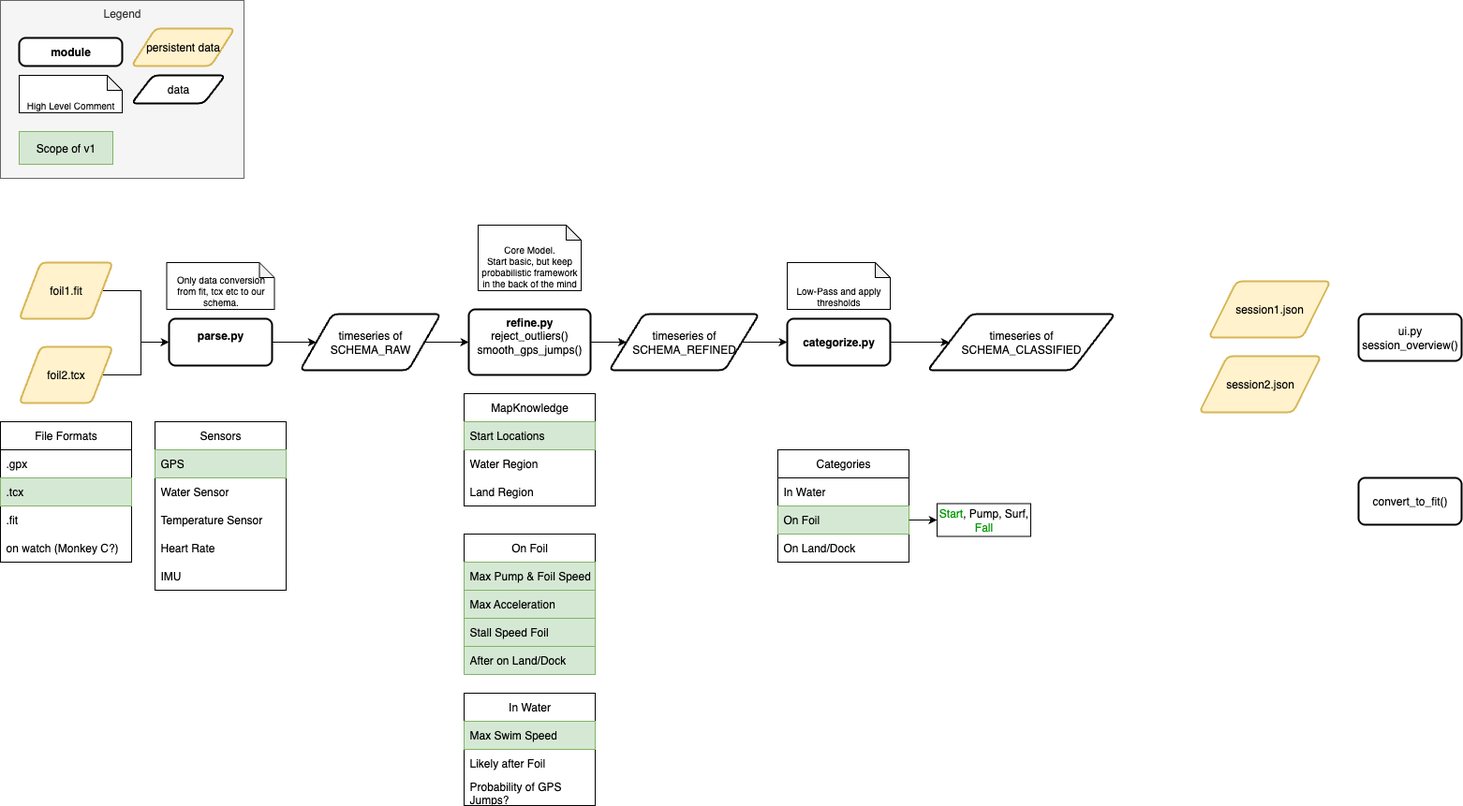
Earlier version of the draw.io export docs/overview.drawio.png (fabitosh/pumpfoilysis). Source tidied: cells renumbered, new cells last; positions are measured from the earlier drawing's top-left corner, leaving out a move shared by most shapes. The source it was exported from:
```xml
<mxGraphModel>
  <root>
    <mxCell id="0" />
    <mxCell id="1" parent="0" />
    <mxCell id="2" style="edgeStyle=orthogonalEdgeStyle;rounded=0;jettySize=auto;html=1;entryX=0;entryY=0.5;entryDx=0;entryDy=0;" parent="1" edge="1" source="3" target="7">
      <mxGeometry relative="1" as="geometry" />
    </mxCell>
    <mxCell id="3" value="foil1.fit" style="shape=parallelogram;html=1;strokeWidth=2;perimeter=parallelogramPerimeter;whiteSpace=wrap;rounded=1;arcSize=12;size=0.23;fillColor=#fff2cc;strokeColor=#d6b656;" parent="1" vertex="1">
      <mxGeometry x="20" y="280" width="100" height="60" as="geometry" />
    </mxCell>
    <mxCell id="4" style="edgeStyle=orthogonalEdgeStyle;rounded=0;jettySize=auto;html=1;" parent="1" edge="1" source="5" target="7">
      <mxGeometry relative="1" as="geometry" />
    </mxCell>
    <mxCell id="5" value="foil2.tcx" style="shape=parallelogram;html=1;strokeWidth=2;perimeter=parallelogramPerimeter;whiteSpace=wrap;rounded=1;arcSize=12;size=0.23;fillColor=#fff2cc;strokeColor=#d6b656;" parent="1" vertex="1">
      <mxGeometry x="20" y="370" width="100" height="60" as="geometry" />
    </mxCell>
    <mxCell id="6" style="edgeStyle=orthogonalEdgeStyle;rounded=0;jettySize=auto;html=1;entryX=0;entryY=0.5;entryDx=0;entryDy=0;" parent="1" edge="1" source="7" target="9">
      <mxGeometry relative="1" as="geometry" />
    </mxCell>
    <mxCell id="7" value="&lt;b&gt;parse.py&lt;/b&gt;&lt;div&gt;&lt;br&gt;&lt;/div&gt;" style="rounded=1;whiteSpace=wrap;html=1;absoluteArcSize=1;arcSize=14;strokeWidth=2;" parent="1" vertex="1">
      <mxGeometry x="180" y="340" width="110" height="50" as="geometry" />
    </mxCell>
    <mxCell id="8" style="edgeStyle=orthogonalEdgeStyle;rounded=0;jettySize=auto;html=1;" parent="1" edge="1" source="9" target="14">
      <mxGeometry relative="1" as="geometry" />
    </mxCell>
    <mxCell id="9" value="timeseries of&lt;br&gt;SCHEMA_RAW" style="shape=parallelogram;html=1;strokeWidth=2;perimeter=parallelogramPerimeter;whiteSpace=wrap;rounded=1;arcSize=12;size=0.23;" parent="1" vertex="1">
      <mxGeometry x="320" y="335" width="150" height="60" as="geometry" />
    </mxCell>
    <mxCell id="10" style="edgeStyle=orthogonalEdgeStyle;rounded=0;jettySize=auto;html=1;" parent="1" edge="1" source="11" target="57">
      <mxGeometry relative="1" as="geometry" />
    </mxCell>
    <mxCell id="11" value="&lt;b&gt;categorize.py&lt;/b&gt;" style="rounded=1;whiteSpace=wrap;html=1;absoluteArcSize=1;arcSize=14;strokeWidth=2;" parent="1" vertex="1">
      <mxGeometry x="840" y="340" width="110" height="50" as="geometry" />
    </mxCell>
    <mxCell id="12" value="Only data conversion from fit, tcx etc to our schema." style="shape=note;whiteSpace=wrap;html=1;backgroundOutline=1;darkOpacity=0.05;fontSize=10;size=16;verticalAlign=bottom;" parent="1" vertex="1">
      <mxGeometry x="177.5" y="280" width="115" height="50" as="geometry" />
    </mxCell>
    <mxCell id="13" style="edgeStyle=orthogonalEdgeStyle;rounded=0;jettySize=auto;html=1;entryX=0;entryY=0.5;entryDx=0;entryDy=0;" parent="1" edge="1" source="14" target="42">
      <mxGeometry relative="1" as="geometry" />
    </mxCell>
    <mxCell id="14" value="&lt;b&gt;refine.py&lt;/b&gt;&lt;div&gt;reject_outliers()&lt;/div&gt;&lt;div&gt;smooth_gps_jumps()&lt;/div&gt;&lt;div&gt;&lt;br&gt;&lt;/div&gt;" style="rounded=1;whiteSpace=wrap;html=1;absoluteArcSize=1;arcSize=14;strokeWidth=2;" parent="1" vertex="1">
      <mxGeometry x="500" y="330" width="130" height="70" as="geometry" />
    </mxCell>
    <mxCell id="15" value="MapKnowledge" style="swimlane;fontStyle=0;horizontal=1;startSize=30;whiteSpace=wrap;html=1;" parent="1" vertex="1">
      <mxGeometry x="495" y="420" width="140" height="120" as="geometry" />
    </mxCell>
    <mxCell id="16" value="Start Locations" style="text;strokeColor=#82b366;fillColor=#d5e8d4;align=left;verticalAlign=middle;spacingLeft=4;spacingRight=4;overflow=hidden;whiteSpace=wrap;html=1;" parent="15" vertex="1">
      <mxGeometry y="30" width="140" height="30" as="geometry" />
    </mxCell>
    <mxCell id="17" value="Water Region" style="text;strokeColor=none;fillColor=none;align=left;verticalAlign=middle;spacingLeft=4;spacingRight=4;overflow=hidden;whiteSpace=wrap;html=1;" parent="15" vertex="1">
      <mxGeometry y="60" width="140" height="30" as="geometry" />
    </mxCell>
    <mxCell id="18" value="Land Region" style="text;strokeColor=none;fillColor=none;align=left;verticalAlign=middle;spacingLeft=4;spacingRight=4;overflow=hidden;whiteSpace=wrap;html=1;" parent="15" vertex="1">
      <mxGeometry y="90" width="140" height="30" as="geometry" />
    </mxCell>
    <mxCell id="19" value="On Foil" style="swimlane;fontStyle=0;horizontal=1;startSize=30;whiteSpace=wrap;html=1;" parent="1" vertex="1">
      <mxGeometry x="495" y="570" width="140" height="150" as="geometry" />
    </mxCell>
    <mxCell id="20" value="Max Pump &amp;amp; Foil Speed" style="text;strokeColor=#82b366;fillColor=#d5e8d4;align=left;verticalAlign=middle;spacingLeft=4;spacingRight=4;overflow=hidden;whiteSpace=wrap;html=1;" parent="19" vertex="1">
      <mxGeometry y="30" width="140" height="30" as="geometry" />
    </mxCell>
    <mxCell id="21" value="Max Acceleration" style="text;strokeColor=#82b366;fillColor=#d5e8d4;align=left;verticalAlign=middle;spacingLeft=4;spacingRight=4;overflow=hidden;whiteSpace=wrap;html=1;" parent="19" vertex="1">
      <mxGeometry y="60" width="140" height="30" as="geometry" />
    </mxCell>
    <mxCell id="22" value="Stall Speed Foil" style="text;strokeColor=#82b366;fillColor=#d5e8d4;align=left;verticalAlign=middle;spacingLeft=4;spacingRight=4;overflow=hidden;whiteSpace=wrap;html=1;" parent="19" vertex="1">
      <mxGeometry y="90" width="140" height="30" as="geometry" />
    </mxCell>
    <mxCell id="23" value="After on Land/Dock" style="text;strokeColor=#82b366;fillColor=#d5e8d4;align=left;verticalAlign=middle;spacingLeft=4;spacingRight=4;overflow=hidden;whiteSpace=wrap;html=1;" parent="19" vertex="1">
      <mxGeometry y="120" width="140" height="30" as="geometry" />
    </mxCell>
    <mxCell id="24" value="In Water" style="swimlane;fontStyle=0;horizontal=1;startSize=30;whiteSpace=wrap;html=1;" parent="1" vertex="1">
      <mxGeometry x="495" y="740" width="140" height="120" as="geometry" />
    </mxCell>
    <mxCell id="25" value="Max Swim Speed" style="text;strokeColor=#82b366;fillColor=#d5e8d4;align=left;verticalAlign=middle;spacingLeft=4;spacingRight=4;overflow=hidden;whiteSpace=wrap;html=1;" parent="24" vertex="1">
      <mxGeometry y="30" width="140" height="30" as="geometry" />
    </mxCell>
    <mxCell id="26" value="Likely after Foil" style="text;align=left;verticalAlign=middle;spacingLeft=4;spacingRight=4;overflow=hidden;whiteSpace=wrap;html=1;" parent="24" vertex="1">
      <mxGeometry y="60" width="140" height="30" as="geometry" />
    </mxCell>
    <mxCell id="27" value="Probability of GPS Jumps?" style="text;align=left;verticalAlign=middle;spacingLeft=4;spacingRight=4;overflow=hidden;whiteSpace=wrap;html=1;" parent="24" vertex="1">
      <mxGeometry y="90" width="140" height="30" as="geometry" />
    </mxCell>
    <mxCell id="28" value="Categories" style="swimlane;fontStyle=0;horizontal=1;startSize=30;whiteSpace=wrap;html=1;" parent="1" vertex="1">
      <mxGeometry x="830" y="480" width="140" height="120" as="geometry" />
    </mxCell>
    <mxCell id="29" value="In Water" style="text;strokeColor=none;fillColor=none;align=left;verticalAlign=middle;spacingLeft=4;spacingRight=4;overflow=hidden;whiteSpace=wrap;html=1;" parent="28" vertex="1">
      <mxGeometry y="30" width="140" height="30" as="geometry" />
    </mxCell>
    <mxCell id="30" value="On Foil" style="text;strokeColor=#82b366;fillColor=#d5e8d4;align=left;verticalAlign=middle;spacingLeft=4;spacingRight=4;overflow=hidden;points=[[0,0.5],[1,0.5]];portConstraint=eastwest;whiteSpace=wrap;html=1;" parent="28" vertex="1">
      <mxGeometry y="60" width="140" height="30" as="geometry" />
    </mxCell>
    <mxCell id="31" value="On Land/Dock" style="text;strokeColor=none;fillColor=none;align=left;verticalAlign=middle;spacingLeft=4;spacingRight=4;overflow=hidden;whiteSpace=wrap;html=1;" parent="28" vertex="1">
      <mxGeometry y="90" width="140" height="30" as="geometry" />
    </mxCell>
    <mxCell id="32" value="Sensors" style="swimlane;fontStyle=0;horizontal=1;startSize=30;whiteSpace=wrap;html=1;" parent="1" vertex="1">
      <mxGeometry x="165" y="450" width="140" height="180" as="geometry" />
    </mxCell>
    <mxCell id="33" value="GPS" style="text;strokeColor=#82b366;fillColor=#d5e8d4;align=left;verticalAlign=middle;spacingLeft=4;spacingRight=4;overflow=hidden;whiteSpace=wrap;html=1;" parent="32" vertex="1">
      <mxGeometry y="30" width="140" height="30" as="geometry" />
    </mxCell>
    <mxCell id="34" value="Water Sensor" style="text;strokeColor=none;fillColor=none;align=left;verticalAlign=middle;spacingLeft=4;spacingRight=4;overflow=hidden;whiteSpace=wrap;html=1;" parent="32" vertex="1">
      <mxGeometry y="60" width="140" height="30" as="geometry" />
    </mxCell>
    <mxCell id="35" value="Temperature Sensor" style="text;strokeColor=none;fillColor=none;align=left;verticalAlign=middle;spacingLeft=4;spacingRight=4;overflow=hidden;whiteSpace=wrap;html=1;" parent="32" vertex="1">
      <mxGeometry y="90" width="140" height="30" as="geometry" />
    </mxCell>
    <mxCell id="36" value="Heart Rate" style="text;strokeColor=none;fillColor=none;align=left;verticalAlign=middle;spacingLeft=4;spacingRight=4;overflow=hidden;whiteSpace=wrap;html=1;" parent="32" vertex="1">
      <mxGeometry y="120" width="140" height="30" as="geometry" />
    </mxCell>
    <mxCell id="37" value="IMU" style="text;strokeColor=none;fillColor=none;align=left;verticalAlign=middle;spacingLeft=4;spacingRight=4;overflow=hidden;whiteSpace=wrap;html=1;" parent="32" vertex="1">
      <mxGeometry y="150" width="140" height="30" as="geometry" />
    </mxCell>
    <mxCell id="38" value="session1.json" style="shape=parallelogram;html=1;strokeWidth=2;perimeter=parallelogramPerimeter;whiteSpace=wrap;rounded=1;arcSize=12;size=0.23;fillColor=#fff2cc;strokeColor=#d6b656;" parent="1" vertex="1">
      <mxGeometry x="1290" y="300" width="130" height="60" as="geometry" />
    </mxCell>
    <mxCell id="39" value="session2.json" style="shape=parallelogram;html=1;strokeWidth=2;perimeter=parallelogramPerimeter;whiteSpace=wrap;rounded=1;arcSize=12;size=0.23;fillColor=#fff2cc;strokeColor=#d6b656;" parent="1" vertex="1">
      <mxGeometry x="1280" y="380" width="130" height="60" as="geometry" />
    </mxCell>
    <mxCell id="40" value="ui.py&lt;div&gt;session_overview()&lt;/div&gt;" style="rounded=1;whiteSpace=wrap;html=1;absoluteArcSize=1;arcSize=14;strokeWidth=2;" parent="1" vertex="1">
      <mxGeometry x="1450" y="335" width="110" height="50" as="geometry" />
    </mxCell>
    <mxCell id="41" style="edgeStyle=orthogonalEdgeStyle;rounded=0;jettySize=auto;html=1;entryX=0;entryY=0.5;entryDx=0;entryDy=0;" parent="1" edge="1" source="42" target="11">
      <mxGeometry relative="1" as="geometry" />
    </mxCell>
    <mxCell id="42" value="timeseries of&lt;br&gt;SCHEMA_REFINED" style="shape=parallelogram;html=1;strokeWidth=2;perimeter=parallelogramPerimeter;whiteSpace=wrap;rounded=1;arcSize=12;size=0.23;" parent="1" vertex="1">
      <mxGeometry x="650" y="335" width="160" height="60" as="geometry" />
    </mxCell>
    <mxCell id="43" value="&lt;font style=&quot;color: rgb(0, 153, 0);&quot;&gt;Start&lt;/font&gt;, Pump, Surf, &lt;font style=&quot;color: rgb(0, 153, 0);&quot;&gt;Fall&lt;/font&gt;" style="rounded=0;whiteSpace=wrap;html=1;" parent="1" vertex="1">
      <mxGeometry x="1000" y="537.5" width="100" height="35" as="geometry" />
    </mxCell>
    <mxCell id="44" value="convert_to_fit()" style="rounded=1;whiteSpace=wrap;html=1;absoluteArcSize=1;arcSize=14;strokeWidth=2;" parent="1" vertex="1">
      <mxGeometry x="1450" y="510" width="110" height="50" as="geometry" />
    </mxCell>
    <mxCell id="45" value="Core Model.&lt;div&gt;Start basic, but keep probabilistic framework in the back of the mind&lt;/div&gt;" style="shape=note;whiteSpace=wrap;html=1;backgroundOutline=1;darkOpacity=0.05;fontSize=10;size=16;verticalAlign=bottom;" parent="1" vertex="1">
      <mxGeometry x="510" y="240" width="110" height="70" as="geometry" />
    </mxCell>
    <mxCell id="46" value="Low-Pass and apply thresholds" style="shape=note;whiteSpace=wrap;html=1;backgroundOutline=1;darkOpacity=0.05;fontSize=10;size=16;verticalAlign=bottom;" parent="1" vertex="1">
      <mxGeometry x="840" y="280" width="110" height="50" as="geometry" />
    </mxCell>
    <mxCell id="47" style="edgeStyle=orthogonalEdgeStyle;rounded=0;jettySize=auto;html=1;entryX=0;entryY=0.5;entryDx=0;entryDy=0;" parent="1" edge="1" source="30" target="43">
      <mxGeometry relative="1" as="geometry" />
    </mxCell>
    <mxCell id="48" value="Legend" style="rounded=0;whiteSpace=wrap;html=1;verticalAlign=top;fillColor=#f5f5f5;fontColor=#333333;strokeColor=#666666;" parent="1" vertex="1">
      <mxGeometry width="260" height="190" as="geometry" />
    </mxCell>
    <mxCell id="49" value="Scope of v1" style="rounded=0;whiteSpace=wrap;html=1;fillColor=#d5e8d4;strokeColor=#82b366;" parent="1" vertex="1">
      <mxGeometry x="20" y="140" width="100" height="35" as="geometry" />
    </mxCell>
    <mxCell id="50" value="File Formats" style="swimlane;fontStyle=0;horizontal=1;startSize=30;whiteSpace=wrap;html=1;" parent="1" vertex="1">
      <mxGeometry y="450" width="140" height="150" as="geometry" />
    </mxCell>
    <mxCell id="51" value=".gpx" style="text;align=left;verticalAlign=middle;spacingLeft=4;spacingRight=4;overflow=hidden;whiteSpace=wrap;html=1;" parent="50" vertex="1">
      <mxGeometry y="30" width="140" height="30" as="geometry" />
    </mxCell>
    <mxCell id="52" value=".tcx" style="text;strokeColor=#82b366;fillColor=#d5e8d4;align=left;verticalAlign=middle;spacingLeft=4;spacingRight=4;overflow=hidden;whiteSpace=wrap;html=1;" parent="50" vertex="1">
      <mxGeometry y="60" width="140" height="30" as="geometry" />
    </mxCell>
    <mxCell id="53" value=".fit" style="text;strokeColor=none;fillColor=none;align=left;verticalAlign=middle;spacingLeft=4;spacingRight=4;overflow=hidden;whiteSpace=wrap;html=1;" parent="50" vertex="1">
      <mxGeometry y="90" width="140" height="30" as="geometry" />
    </mxCell>
    <mxCell id="54" value="on watch (Monkey C?)" style="text;strokeColor=none;fillColor=none;align=left;verticalAlign=middle;spacingLeft=4;spacingRight=4;overflow=hidden;whiteSpace=wrap;html=1;" parent="50" vertex="1">
      <mxGeometry y="120" width="140" height="30" as="geometry" />
    </mxCell>
    <mxCell id="55" value="persistent data" style="shape=parallelogram;html=1;strokeWidth=2;perimeter=parallelogramPerimeter;whiteSpace=wrap;rounded=1;arcSize=12;size=0.23;fillColor=#fff2cc;strokeColor=#d6b656;" parent="1" vertex="1">
      <mxGeometry x="140" y="30" width="110" height="40" as="geometry" />
    </mxCell>
    <mxCell id="56" value="data" style="shape=parallelogram;html=1;strokeWidth=2;perimeter=parallelogramPerimeter;whiteSpace=wrap;rounded=1;arcSize=12;size=0.23;" parent="1" vertex="1">
      <mxGeometry x="140" y="80" width="100" height="30" as="geometry" />
    </mxCell>
    <mxCell id="57" value="timeseries of&lt;br&gt;SCHEMA_CLASSIFIED" style="shape=parallelogram;html=1;strokeWidth=2;perimeter=parallelogramPerimeter;whiteSpace=wrap;rounded=1;arcSize=12;size=0.23;" parent="1" vertex="1">
      <mxGeometry x="990" y="335" width="200" height="60" as="geometry" />
    </mxCell>
    <mxCell id="58" value="High Level Comment" style="shape=note;whiteSpace=wrap;html=1;backgroundOutline=1;darkOpacity=0.05;fontSize=10;size=16;verticalAlign=bottom;" parent="1" vertex="1">
      <mxGeometry x="20" y="80" width="110" height="40" as="geometry" />
    </mxCell>
    <mxCell id="59" value="&lt;div&gt;&lt;b&gt;module&lt;/b&gt;&lt;/div&gt;" style="rounded=1;whiteSpace=wrap;html=1;absoluteArcSize=1;arcSize=14;strokeWidth=2;" parent="1" vertex="1">
      <mxGeometry x="20" y="40" width="110" height="30" as="geometry" />
    </mxCell>
  </root>
</mxGraphModel>
```
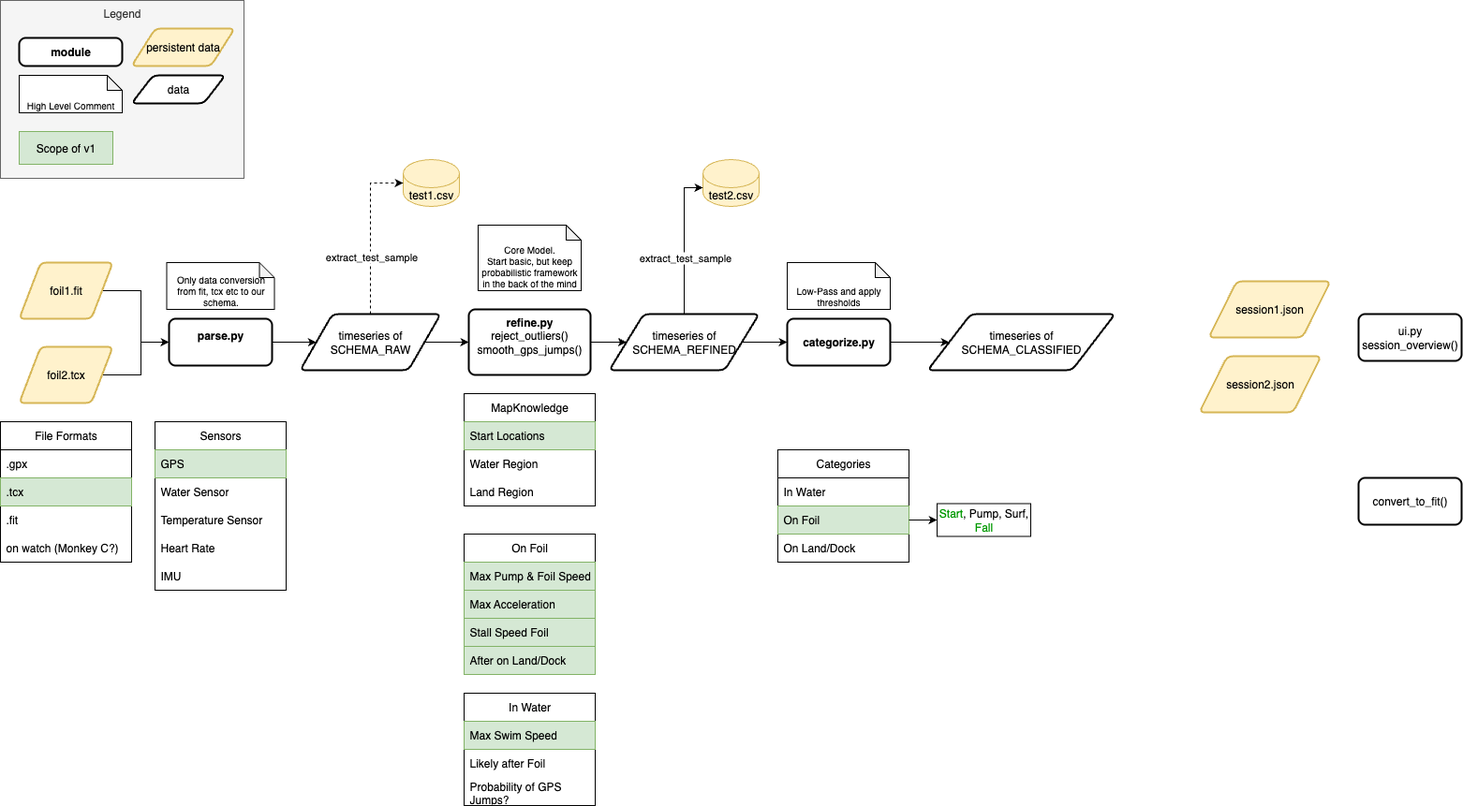
Later version of the same file.

Commit message:
docs(overview): helper test extraction

Diff of the diagram source:
```diff
@@ -176,5 +176,25 @@
     <mxCell id="59" value="&lt;div&gt;&lt;b&gt;module&lt;/b&gt;&lt;/div&gt;" style="rounded=1;whiteSpace=wrap;html=1;absoluteArcSize=1;arcSize=14;strokeWidth=2;" parent="1" vertex="1">
       <mxGeometry x="20" y="40" width="110" height="30" as="geometry" />
     </mxCell>
+    <mxCell id="60" value="test1.csv" style="shape=cylinder3;whiteSpace=wrap;html=1;boundedLbl=1;backgroundOutline=1;size=15;fillColor=#fff2cc;strokeColor=#d6b656;" parent="1" vertex="1">
+      <mxGeometry x="430" y="170" width="60" height="50" as="geometry" />
+    </mxCell>
+    <mxCell id="61" style="edgeStyle=orthogonalEdgeStyle;rounded=0;jettySize=auto;html=1;entryX=0;entryY=0.5;entryDx=0;entryDy=0;entryPerimeter=0;dashed=1;" parent="1" edge="1" source="9" target="60">
+      <mxGeometry relative="1" as="geometry" />
+    </mxCell>
+    <mxCell id="62" value="extract_test_sample" style="edgeLabel;html=1;align=center;verticalAlign=middle;" parent="61" vertex="1">
+      <mxGeometry x="-0.13" y="1" relative="1" as="geometry">
+        <mxPoint x="1" y="14" as="offset" />
+      </mxGeometry>
+    </mxCell>
+    <mxCell id="63" value="test2&lt;span style=&quot;background-color: transparent; color: light-dark(rgb(0, 0, 0), rgb(255, 255, 255));&quot;&gt;.csv&lt;/span&gt;" style="shape=cylinder3;whiteSpace=wrap;html=1;boundedLbl=1;backgroundOutline=1;size=15;fillColor=#fff2cc;strokeColor=#d6b656;" parent="1" vertex="1">
+      <mxGeometry x="750" y="170" width="60" height="50" as="geometry" />
+    </mxCell>
+    <mxCell id="64" style="edgeStyle=orthogonalEdgeStyle;rounded=0;jettySize=auto;html=1;entryX=0;entryY=0;entryDx=0;entryDy=30;entryPerimeter=0;" parent="1" edge="1" source="42" target="63">
+      <mxGeometry relative="1" as="geometry" />
+    </mxCell>
+    <mxCell id="65" value="extract_test_sample" style="edgeLabel;html=1;align=center;verticalAlign=middle;" parent="64" vertex="1">
+      <mxGeometry x="-0.21" relative="1" as="geometry" />
+    </mxCell>
   </root>
 </mxGraphModel>
```
